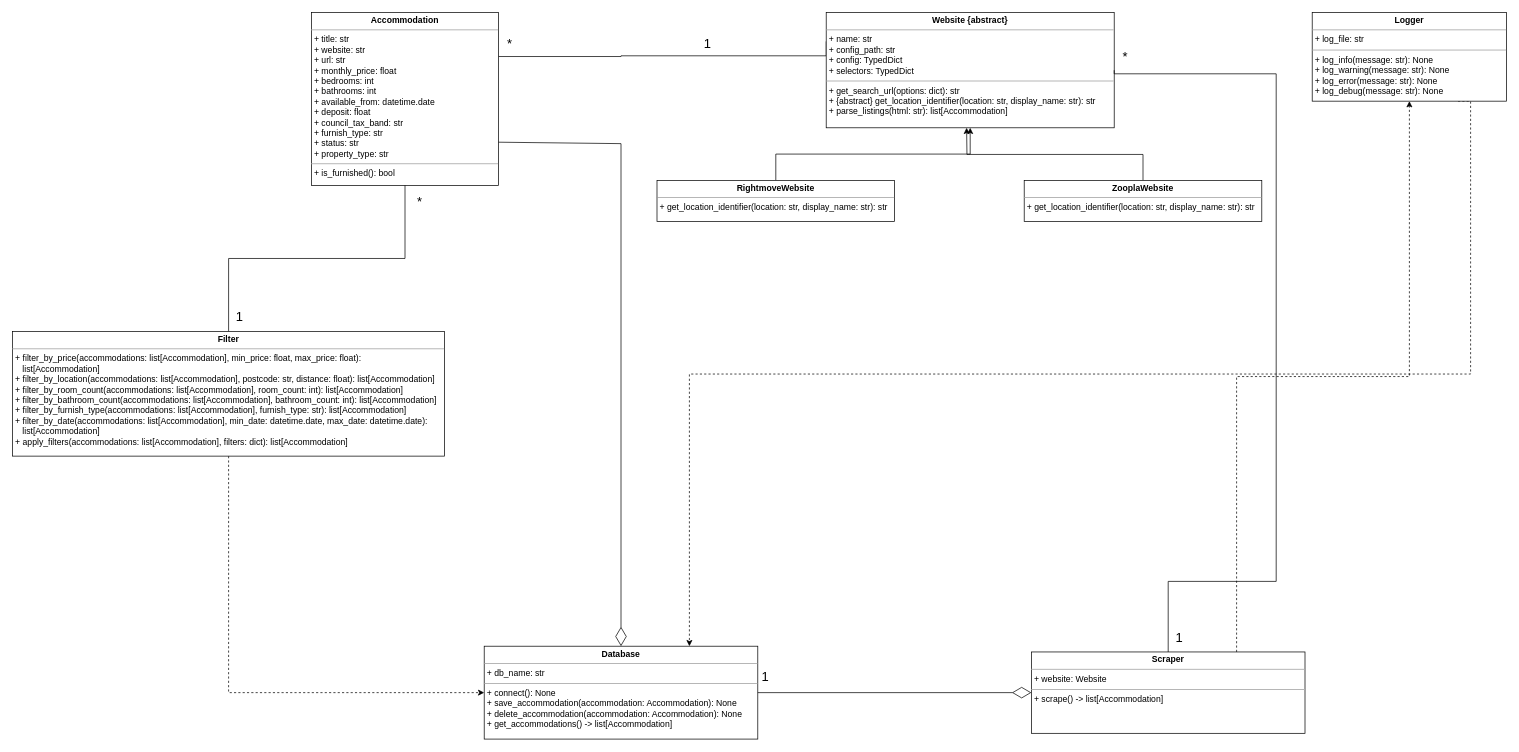
Earlier version of the draw.io diagram UML Diagram.drawio (Adam-Calleja/rightmove_web_scraper). Source tidied: cells renumbered, new cells numbered last; positions are measured from the earlier drawing's top-left corner, leaving out a move shared by most shapes. Both pictures are drawn from the tidied source at 72%, with x=0, y=0 at pixel (12, 12).
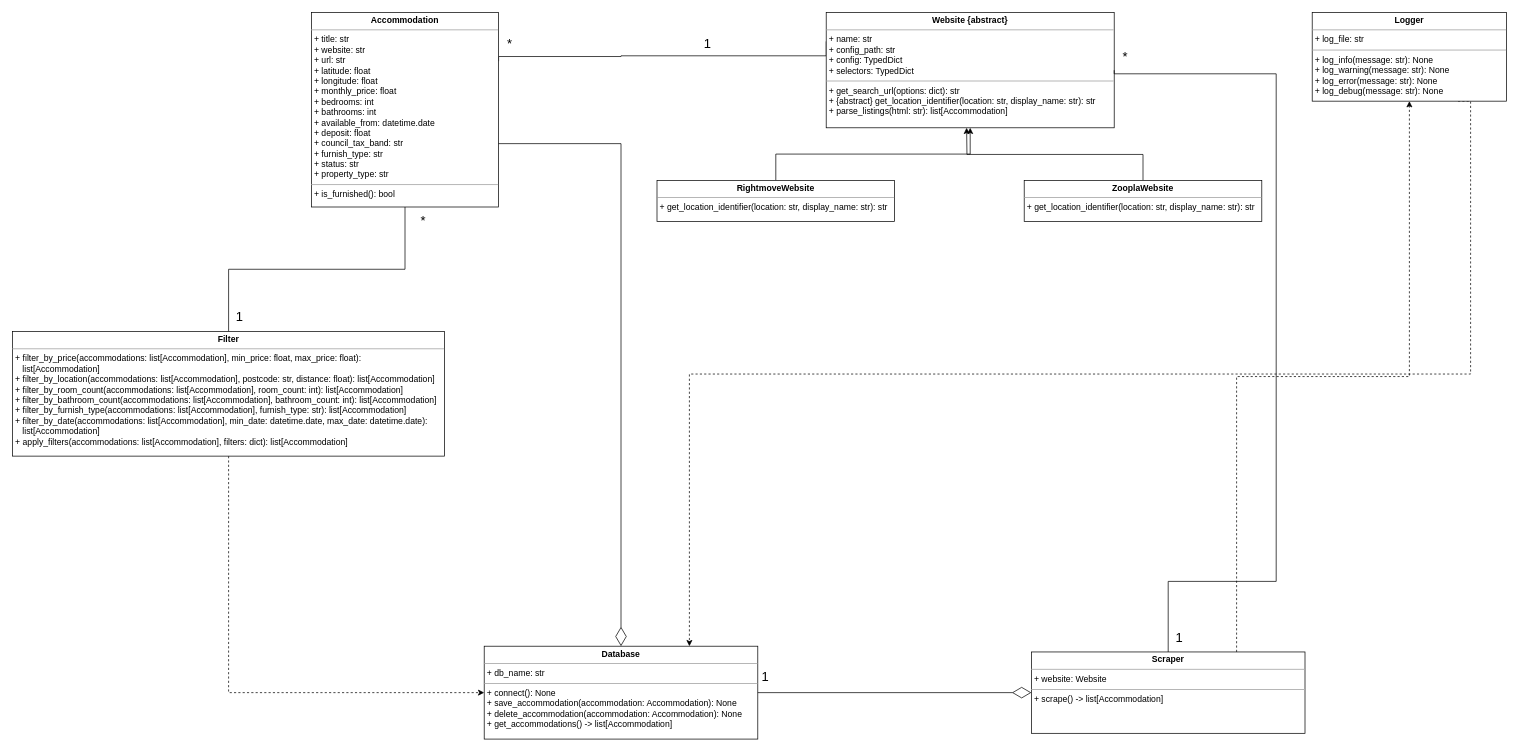
After the change.

Commit message:
Add attributes to the Accommodation class design

Added the following two attributes to the design of the
Accommodation class:
	- latitude (float)
	- longitude (float)

The change refers to these unchanged cells:
```xml
<mxCell id="10" value="&lt;p style=&quot;margin:0px;margin-top:4px;text-align:center;&quot;&gt;&lt;b&gt;Database&lt;/b&gt;&lt;/p&gt;&lt;hr size=&quot;1&quot;&gt;&lt;p style=&quot;margin:0px;margin-left:4px;&quot;&gt;+&amp;nbsp;&lt;span style=&quot;caret-color: rgb(0, 0, 0); text-wrap-mode: wrap; background-color: transparent; color: light-dark(rgb(0, 0, 0), rgb(255, 255, 255));&quot;&gt;db_name: str&lt;/span&gt;&lt;br&gt;&lt;/p&gt;&lt;hr size=&quot;1&quot;&gt;&lt;p style=&quot;margin:0px;margin-left:4px;&quot;&gt;+&amp;nbsp;&lt;span style=&quot;caret-color: rgb(0, 0, 0); text-wrap-mode: wrap; background-color: transparent; color: light-dark(rgb(0, 0, 0), rgb(255, 255, 255));&quot;&gt;connect(): None&lt;/span&gt;&lt;/p&gt;&lt;p style=&quot;margin:0px;margin-left:4px;&quot;&gt;+&amp;nbsp;&lt;span style=&quot;caret-color: rgb(0, 0, 0); text-wrap-mode: wrap; background-color: transparent; color: light-dark(rgb(0, 0, 0), rgb(255, 255, 255));&quot;&gt;save_accommodation(accommodation: Accommodation): None&lt;/span&gt;&lt;/p&gt;&lt;p style=&quot;margin:0px;margin-left:4px;&quot;&gt;&lt;span style=&quot;caret-color: rgb(0, 0, 0); text-wrap-mode: wrap; background-color: transparent; color: light-dark(rgb(0, 0, 0), rgb(255, 255, 255));&quot;&gt;+ delete&lt;/span&gt;&lt;span style=&quot;caret-color: rgb(0, 0, 0); text-wrap-mode: wrap; background-color: transparent; color: light-dark(rgb(0, 0, 0), rgb(255, 255, 255));&quot;&gt;_accommodation(accommodation: Accommodation): None&lt;/span&gt;&lt;/p&gt;&lt;p style=&quot;margin:0px;margin-left:4px;&quot;&gt;+&amp;nbsp;&lt;span style=&quot;caret-color: rgb(0, 0, 0); text-wrap-mode: wrap; background-color: transparent; color: light-dark(rgb(0, 0, 0), rgb(255, 255, 255));&quot;&gt;get_accommodations() -&amp;gt; list[Accommodation]&lt;/span&gt;&lt;/p&gt;&lt;p style=&quot;margin:0px;margin-left:4px;&quot;&gt;&lt;br&gt;&lt;/p&gt;" style="verticalAlign=top;align=left;overflow=fill;fontSize=12;fontFamily=Helvetica;html=1;rounded=0;shadow=0;comic=0;labelBackgroundColor=none;strokeWidth=1;" parent="1" vertex="1">
  <mxGeometry x="655" y="880" width="380" height="129" as="geometry" />
</mxCell>
```

The edit, as a diff of the source:
```diff
@@
-    <mxCell id="3" value="&lt;p style=&quot;margin:0px;margin-top:4px;text-align:center;&quot;&gt;&lt;b&gt;Accommodation&lt;/b&gt;&lt;/p&gt;&lt;hr size=&quot;1&quot;&gt;&lt;p style=&quot;margin:0px;margin-left:4px;&quot;&gt;+ title: str&lt;/p&gt;&lt;p style=&quot;margin:0px;margin-left:4px;&quot;&gt;+ website: str&lt;/p&gt;&lt;p style=&quot;margin:0px;margin-left:4px;&quot;&gt;+ url: str&lt;/p&gt;&lt;p style=&quot;margin:0px;margin-left:4px;&quot;&gt;+ monthly_price: float&lt;br&gt;&lt;/p&gt;&lt;p style=&quot;margin:0px;margin-left:4px;&quot;&gt;+ bedrooms: int&lt;/p&gt;&lt;p style=&quot;margin:0px;margin-left:4px;&quot;&gt;+ bathrooms: int&lt;/p&gt;&lt;p style=&quot;margin:0px;margin-left:4px;&quot;&gt;+ available_from: datetime.date&lt;/p&gt;&lt;p style=&quot;margin:0px;margin-left:4px;&quot;&gt;+ deposit: float&lt;/p&gt;&lt;p style=&quot;margin:0px;margin-left:4px;&quot;&gt;+ council_tax_band: str&lt;/p&gt;&lt;p style=&quot;margin:0px;margin-left:4px;&quot;&gt;+ furnish_type: str&lt;/p&gt;&lt;p style=&quot;margin:0px;margin-left:4px;&quot;&gt;+ status: str&lt;/p&gt;&lt;p style=&quot;margin:0px;margin-left:4px;&quot;&gt;+ property_type: str&lt;/p&gt;&lt;hr size=&quot;1&quot;&gt;&lt;p style=&quot;margin:0px;margin-left:4px;&quot;&gt;&lt;span style=&quot;background-color: transparent; color: light-dark(rgb(0, 0, 0), rgb(255, 255, 255));&quot;&gt;+ is_furnished(): bool&lt;/span&gt;&lt;/p&gt;" style="verticalAlign=top;align=left;overflow=fill;fontSize=12;fontFamily=Helvetica;html=1;rounded=0;shadow=0;comic=0;labelBackgroundColor=none;strokeWidth=1;" parent="1" vertex="1">
-      <mxGeometry x="415" width="260" height="240" as="geometry" />
+    <mxCell id="3" value="&lt;p style=&quot;margin:0px;margin-top:4px;text-align:center;&quot;&gt;&lt;b&gt;Accommodation&lt;/b&gt;&lt;/p&gt;&lt;hr size=&quot;1&quot;&gt;&lt;p style=&quot;margin:0px;margin-left:4px;&quot;&gt;+ title: str&lt;/p&gt;&lt;p style=&quot;margin:0px;margin-left:4px;&quot;&gt;+ website: str&lt;/p&gt;&lt;p style=&quot;margin:0px;margin-left:4px;&quot;&gt;+ url: str&lt;/p&gt;&lt;p style=&quot;margin:0px;margin-left:4px;&quot;&gt;+ latitude: float&lt;/p&gt;&lt;p style=&quot;margin:0px;margin-left:4px;&quot;&gt;+ longitude: float&amp;nbsp;&lt;/p&gt;&lt;p style=&quot;margin:0px;margin-left:4px;&quot;&gt;+ monthly_price: float&lt;br&gt;&lt;/p&gt;&lt;p style=&quot;margin:0px;margin-left:4px;&quot;&gt;+ bedrooms: int&lt;/p&gt;&lt;p style=&quot;margin:0px;margin-left:4px;&quot;&gt;+ bathrooms: int&lt;/p&gt;&lt;p style=&quot;margin:0px;margin-left:4px;&quot;&gt;+ available_from: datetime.date&lt;/p&gt;&lt;p style=&quot;margin:0px;margin-left:4px;&quot;&gt;+ deposit: float&lt;/p&gt;&lt;p style=&quot;margin:0px;margin-left:4px;&quot;&gt;+ council_tax_band: str&lt;/p&gt;&lt;p style=&quot;margin:0px;margin-left:4px;&quot;&gt;+ furnish_type: str&lt;/p&gt;&lt;p style=&quot;margin:0px;margin-left:4px;&quot;&gt;+ status: str&lt;/p&gt;&lt;p style=&quot;margin:0px;margin-left:4px;&quot;&gt;+ property_type: str&lt;/p&gt;&lt;hr size=&quot;1&quot;&gt;&lt;p style=&quot;margin:0px;margin-left:4px;&quot;&gt;&lt;span style=&quot;background-color: transparent; color: light-dark(rgb(0, 0, 0), rgb(255, 255, 255));&quot;&gt;+ is_furnished(): bool&lt;/span&gt;&lt;/p&gt;" style="verticalAlign=top;align=left;overflow=fill;fontSize=12;fontFamily=Helvetica;html=1;rounded=0;shadow=0;comic=0;labelBackgroundColor=none;strokeWidth=1;" parent="1" vertex="1">
+      <mxGeometry x="415" width="260" height="270" as="geometry" />
     </mxCell>
@@
-    <mxCell id="14" style="endArrow=diamondThin;endFill=0;endSize=24;html=1;rounded=0;exitX=1;exitY=0.75;exitDx=0;exitDy=0;entryX=0.5;entryY=0;entryDx=0;entryDy=0;" parent="1" edge="1" source="3" target="10">
+    <mxCell id="14" style="endArrow=diamondThin;endFill=0;endSize=24;html=1;rounded=0;entryX=0.5;entryY=0;entryDx=0;entryDy=0;" parent="1" edge="1" target="10">
       <mxGeometry relative="1" as="geometry">
+        <mxPoint x="675" y="182" as="sourcePoint" />
         <Array as="points">
           <mxPoint x="845" y="182" />
         </Array>
       </mxGeometry>
     </mxCell>
@@
     <mxCell id="21" value="&lt;font style=&quot;font-size: 18px;&quot;&gt;*&lt;/font&gt;" style="text;html=1;align=center;verticalAlign=middle;strokeColor=none;fillColor=none;" parent="1" vertex="1">
-      <mxGeometry x="550" y="243" width="30" height="40" as="geometry" />
+      <mxGeometry x="555" y="270" width="30" height="40" as="geometry" />
     </mxCell>
```
